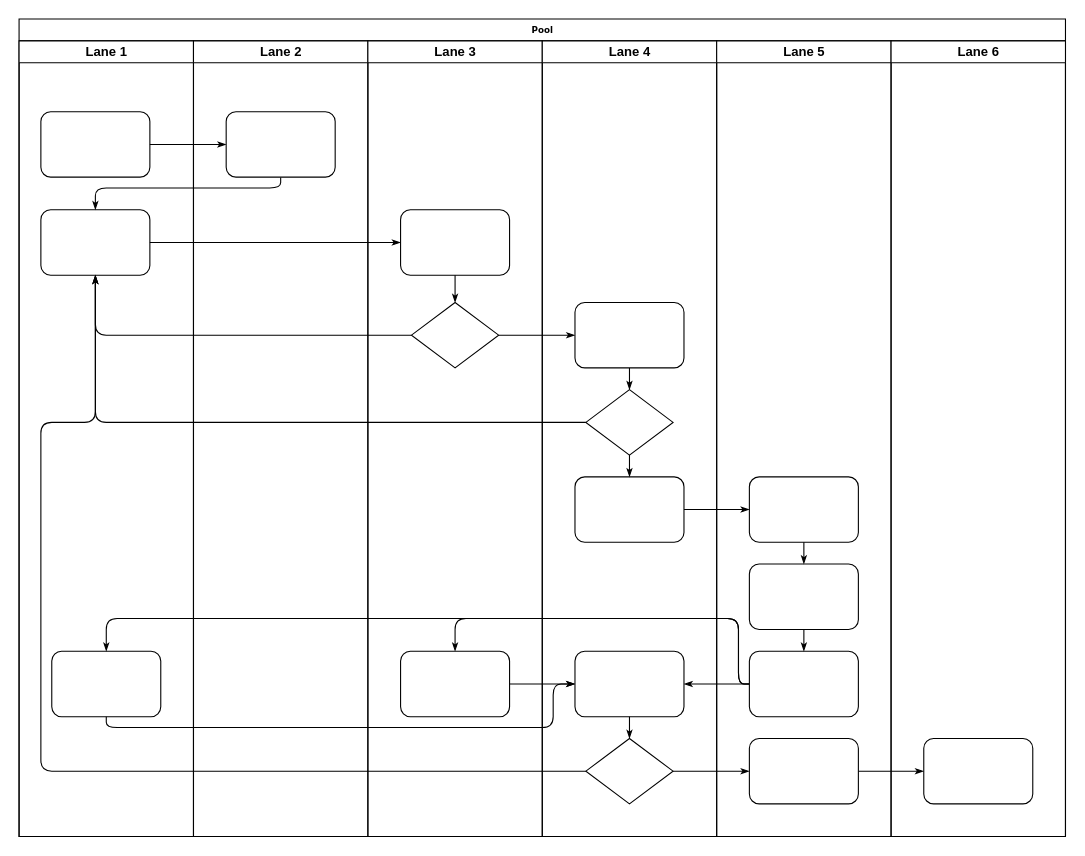
The draw.io diagram low_power_detect.drawio in skyliangbogit/test, before the edit. Source tidied: cells renumbered, new cells numbered last; positions are measured from the earlier drawing's top-left corner, leaving out a move shared by most shapes. Both pictures are drawn from the tidied source at 109%, with x=0, y=0 at pixel (19, 19).
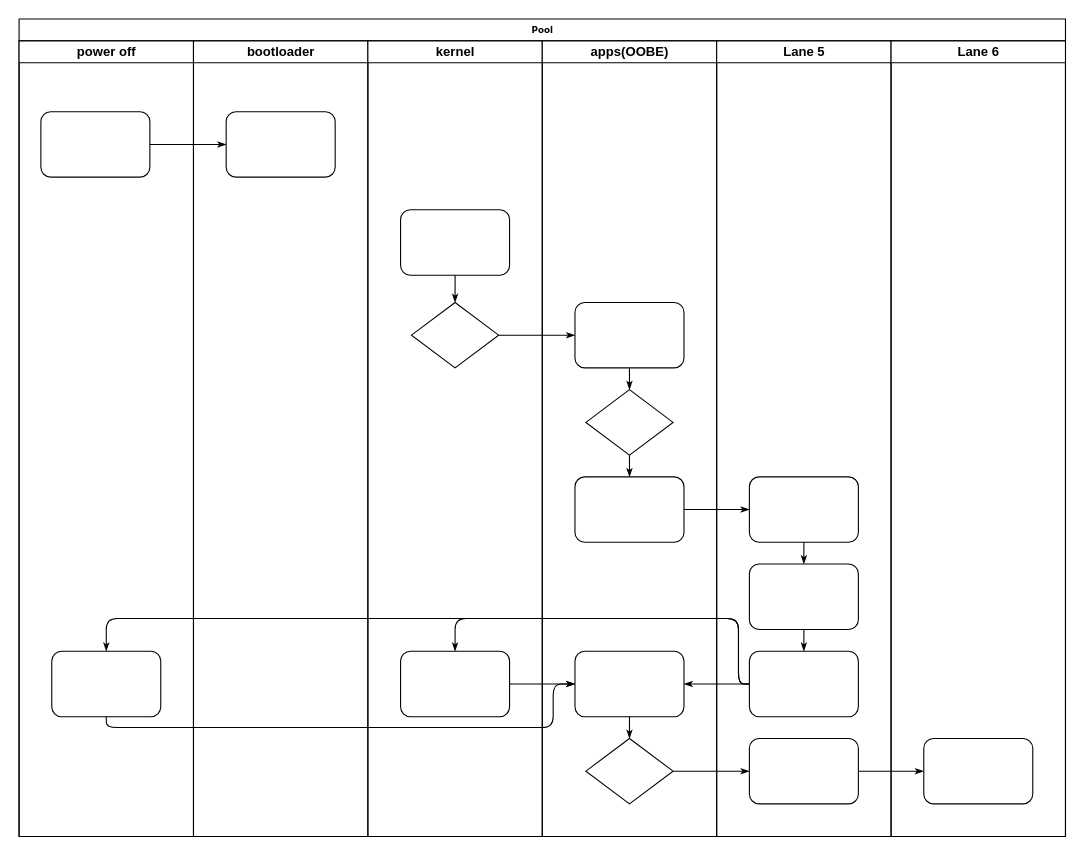
Above is the later version.

Unchanged cells that the change refers to:
```xml
<mxCell id="2" value="Pool" style="swimlane;html=1;startSize=20;rounded=0;shadow=0;labelBackgroundColor=none;strokeWidth=1;fontFamily=Verdana;fontSize=8;align=center;" parent="1" vertex="1">
  <mxGeometry width="960" height="750" as="geometry" />
</mxCell>
<mxCell id="23" style="rounded=1;whiteSpace=wrap;html=1;shadow=0;labelBackgroundColor=none;strokeWidth=1;fontFamily=Verdana;fontSize=8;align=center;" parent="22" vertex="1">
  <mxGeometry x="30" y="65" width="100" height="60" as="geometry" />
</mxCell>
<mxCell id="25" style="rounded=1;whiteSpace=wrap;html=1;shadow=0;labelBackgroundColor=none;strokeWidth=1;fontFamily=Verdana;fontSize=8;align=center;" parent="24" vertex="1">
  <mxGeometry x="30" y="155" width="100" height="60" as="geometry" />
</mxCell>
<mxCell id="26" style="rhombus;whiteSpace=wrap;html=1;rounded=0;shadow=0;labelBackgroundColor=none;strokeWidth=1;fontFamily=Verdana;fontSize=8;align=center;" parent="24" vertex="1">
  <mxGeometry x="40" y="240" width="80" height="60" as="geometry" />
</mxCell>
<mxCell id="31" style="rhombus;whiteSpace=wrap;html=1;rounded=0;shadow=0;labelBackgroundColor=none;strokeWidth=1;fontFamily=Verdana;fontSize=8;align=center;" parent="29" vertex="1">
  <mxGeometry x="40" y="320" width="80" height="60" as="geometry" />
</mxCell>
<mxCell id="34" style="rhombus;whiteSpace=wrap;html=1;rounded=0;shadow=0;labelBackgroundColor=none;strokeWidth=1;fontFamily=Verdana;fontSize=8;align=center;" parent="29" vertex="1">
  <mxGeometry x="40" y="640" width="80" height="60" as="geometry" />
</mxCell>
```

Change to the diagram source:
```diff
@@
-    <mxCell id="3" value="Lane 1" style="swimlane;html=1;startSize=20;" parent="2" vertex="1">
+    <mxCell id="3" value="power off" style="swimlane;html=1;startSize=20;" parent="2" vertex="1">
       <mxGeometry y="20" width="160" height="730" as="geometry" />
     </mxCell>
@@
-    <mxCell id="5" style="rounded=1;whiteSpace=wrap;html=1;shadow=0;labelBackgroundColor=none;strokeWidth=1;fontFamily=Verdana;fontSize=8;align=center;" parent="3" vertex="1">
-      <mxGeometry x="20" y="155" width="100" height="60" as="geometry" />
-    </mxCell>
@@
-    <mxCell id="8" style="edgeStyle=orthogonalEdgeStyle;rounded=1;html=1;labelBackgroundColor=none;startArrow=none;startFill=0;startSize=5;endArrow=classicThin;endFill=1;endSize=5;jettySize=auto;strokeWidth=1;fontFamily=Verdana;fontSize=8;" parent="2" edge="1" source="23" target="5">
-      <mxGeometry relative="1" as="geometry">
-        <Array as="points">
-          <mxPoint x="240" y="155" />
-          <mxPoint x="70" y="155" />
-        </Array>
-      </mxGeometry>
-    </mxCell>
-    <mxCell id="9" style="edgeStyle=orthogonalEdgeStyle;rounded=1;html=1;labelBackgroundColor=none;startArrow=none;startFill=0;startSize=5;endArrow=classicThin;endFill=1;endSize=5;jettySize=auto;strokeWidth=1;fontFamily=Verdana;fontSize=8;" parent="2" edge="1" source="5" target="25">
-      <mxGeometry relative="1" as="geometry" />
-    </mxCell>
-    <mxCell id="10" style="edgeStyle=orthogonalEdgeStyle;rounded=1;html=1;labelBackgroundColor=none;startArrow=none;startFill=0;startSize=5;endArrow=classicThin;endFill=1;endSize=5;jettySize=auto;strokeWidth=1;fontFamily=Verdana;fontSize=8;" parent="2" edge="1" source="26" target="5">
-      <mxGeometry relative="1" as="geometry" />
-    </mxCell>
-    <mxCell id="11" style="edgeStyle=orthogonalEdgeStyle;rounded=1;html=1;labelBackgroundColor=none;startArrow=none;startFill=0;startSize=5;endArrow=classicThin;endFill=1;endSize=5;jettySize=auto;strokeWidth=1;fontFamily=Verdana;fontSize=8;" parent="2" edge="1" source="31" target="5">
-      <mxGeometry relative="1" as="geometry" />
-    </mxCell>
-    <mxCell id="12" style="edgeStyle=orthogonalEdgeStyle;rounded=1;html=1;labelBackgroundColor=none;startArrow=none;startFill=0;startSize=5;endArrow=classicThin;endFill=1;endSize=5;jettySize=auto;strokeWidth=1;fontFamily=Verdana;fontSize=8;" parent="2" edge="1" source="34" target="5">
-      <mxGeometry relative="1" as="geometry">
-        <Array as="points">
-          <mxPoint x="20" y="690" />
-          <mxPoint x="20" y="370" />
-          <mxPoint x="70" y="370" />
-        </Array>
-      </mxGeometry>
-    </mxCell>
@@
-    <mxCell id="22" value="Lane 2" style="swimlane;html=1;startSize=20;" parent="2" vertex="1">
+    <mxCell id="22" value="bootloader" style="swimlane;html=1;startSize=20;" parent="2" vertex="1">
       <mxGeometry x="160" y="20" width="160" height="730" as="geometry" />
     </mxCell>
@@
-    <mxCell id="24" value="Lane 3" style="swimlane;html=1;startSize=20;" parent="2" vertex="1">
+    <mxCell id="24" value="kernel" style="swimlane;html=1;startSize=20;" parent="2" vertex="1">
       <mxGeometry x="320" y="20" width="160" height="730" as="geometry" />
     </mxCell>
@@
-    <mxCell id="29" value="Lane 4" style="swimlane;html=1;startSize=20;" parent="2" vertex="1">
+    <mxCell id="29" value="apps(OOBE)" style="swimlane;html=1;startSize=20;" parent="2" vertex="1">
       <mxGeometry x="480" y="20" width="160" height="730" as="geometry" />
     </mxCell>
```
